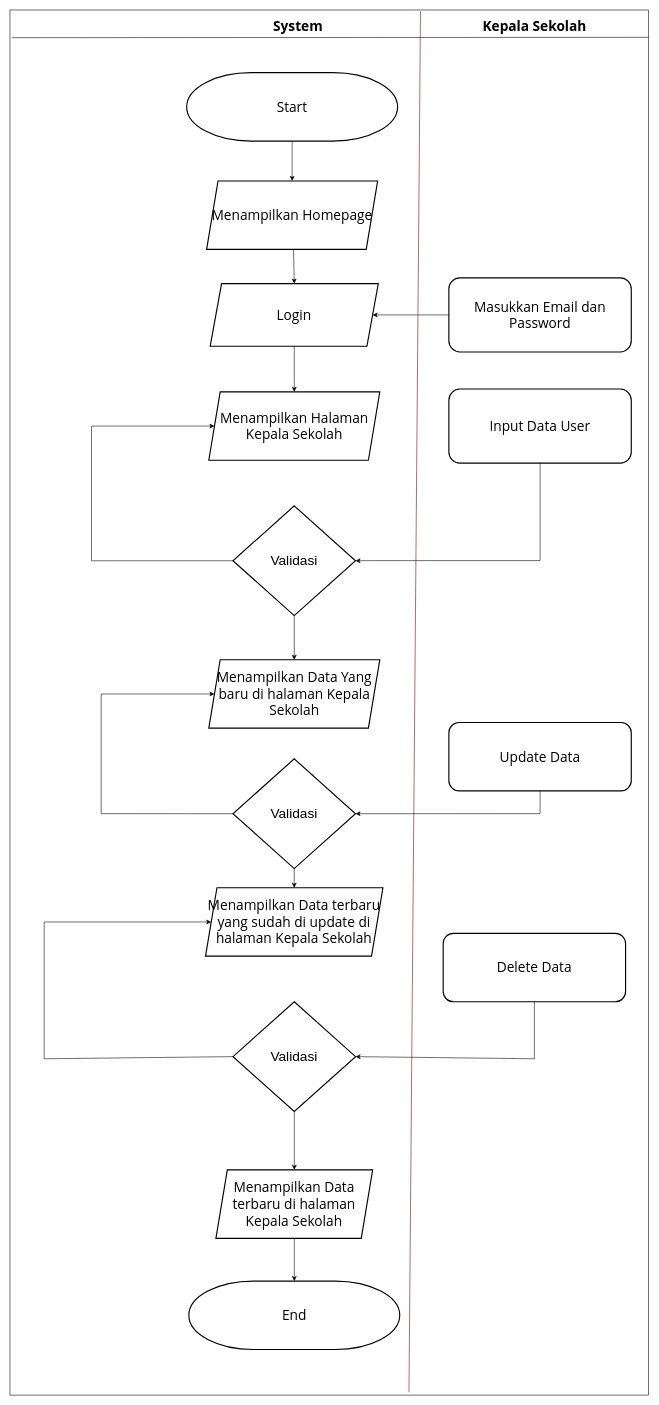
The draw.io diagram page "Page-3" (3 of 3) of Untitled Diagram.drawio in AldoGunawan/kp-tapung, before the edit. Source tidied: cells renumbered, new cells numbered last; positions are measured from the earlier drawing's top-left corner, leaving out a move shared by most shapes. Both pictures are drawn from the tidied source at 57%, with x=0, y=0 at pixel (10, 10).
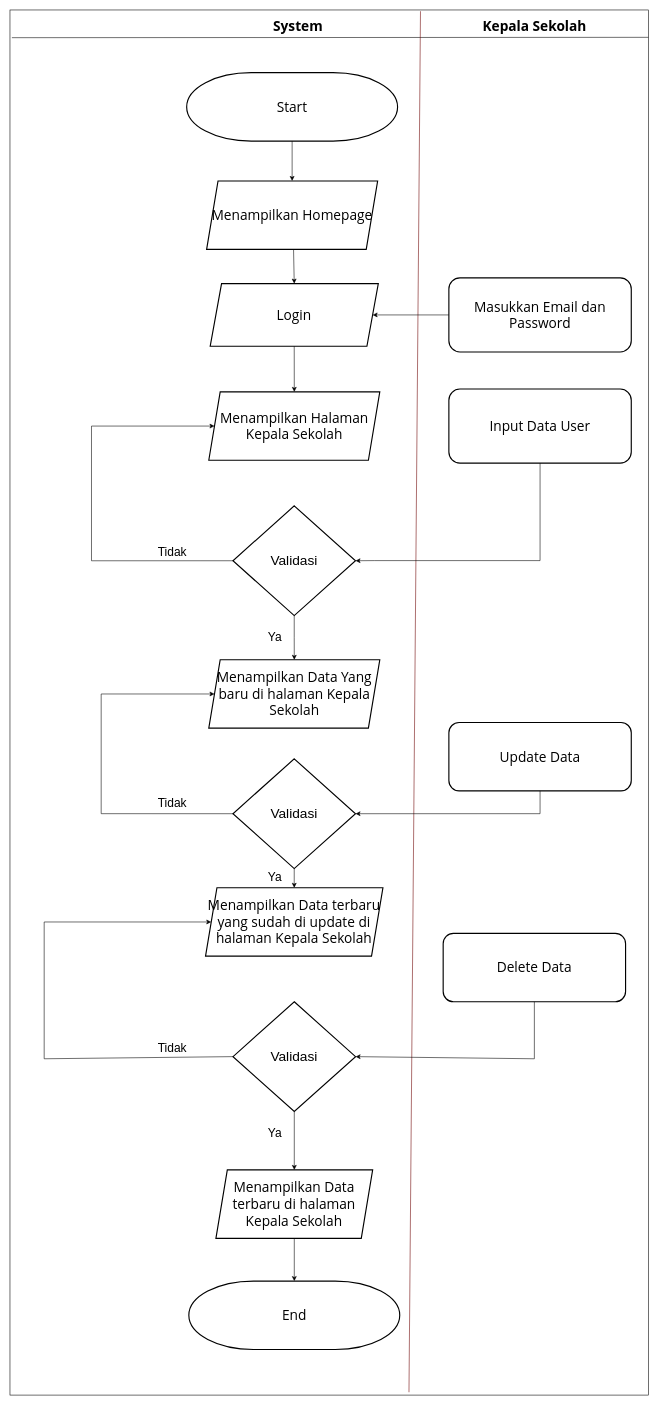
The same diagram, later.

Diff of the diagram source:
```diff
@@
+    <mxCell id="36" value="&lt;font style=&quot;font-size: 21px;&quot;&gt;Ya&lt;/font&gt;" style="text;html=1;align=center;verticalAlign=middle;whiteSpace=wrap;rounded=0;" parent="1" vertex="1">
+      <mxGeometry x="430" y="1080" width="70" height="40" as="geometry" />
+    </mxCell>
+    <mxCell id="37" value="&lt;font style=&quot;font-size: 21px;&quot;&gt;Tidak&lt;/font&gt;" style="text;html=1;align=center;verticalAlign=middle;whiteSpace=wrap;rounded=0;" parent="1" vertex="1">
+      <mxGeometry x="250" y="930" width="70" height="40" as="geometry" />
+    </mxCell>
+    <mxCell id="38" value="&lt;font style=&quot;font-size: 21px;&quot;&gt;Ya&lt;/font&gt;" style="text;html=1;align=center;verticalAlign=middle;whiteSpace=wrap;rounded=0;" parent="1" vertex="1">
+      <mxGeometry x="430" y="1500" width="70" height="40" as="geometry" />
+    </mxCell>
+    <mxCell id="39" value="&lt;font style=&quot;font-size: 21px;&quot;&gt;Tidak&lt;/font&gt;" style="text;html=1;align=center;verticalAlign=middle;whiteSpace=wrap;rounded=0;" parent="1" vertex="1">
+      <mxGeometry x="250" y="1370" width="70" height="40" as="geometry" />
+    </mxCell>
+    <mxCell id="40" value="&lt;font style=&quot;font-size: 21px;&quot;&gt;Ya&lt;/font&gt;" style="text;html=1;align=center;verticalAlign=middle;whiteSpace=wrap;rounded=0;" parent="1" vertex="1">
+      <mxGeometry x="430" y="1950" width="70" height="40" as="geometry" />
+    </mxCell>
+    <mxCell id="41" value="&lt;font style=&quot;font-size: 21px;&quot;&gt;Tidak&lt;/font&gt;" style="text;html=1;align=center;verticalAlign=middle;whiteSpace=wrap;rounded=0;" parent="1" vertex="1">
+      <mxGeometry x="250" y="1800" width="70" height="40" as="geometry" />
+    </mxCell>
```
